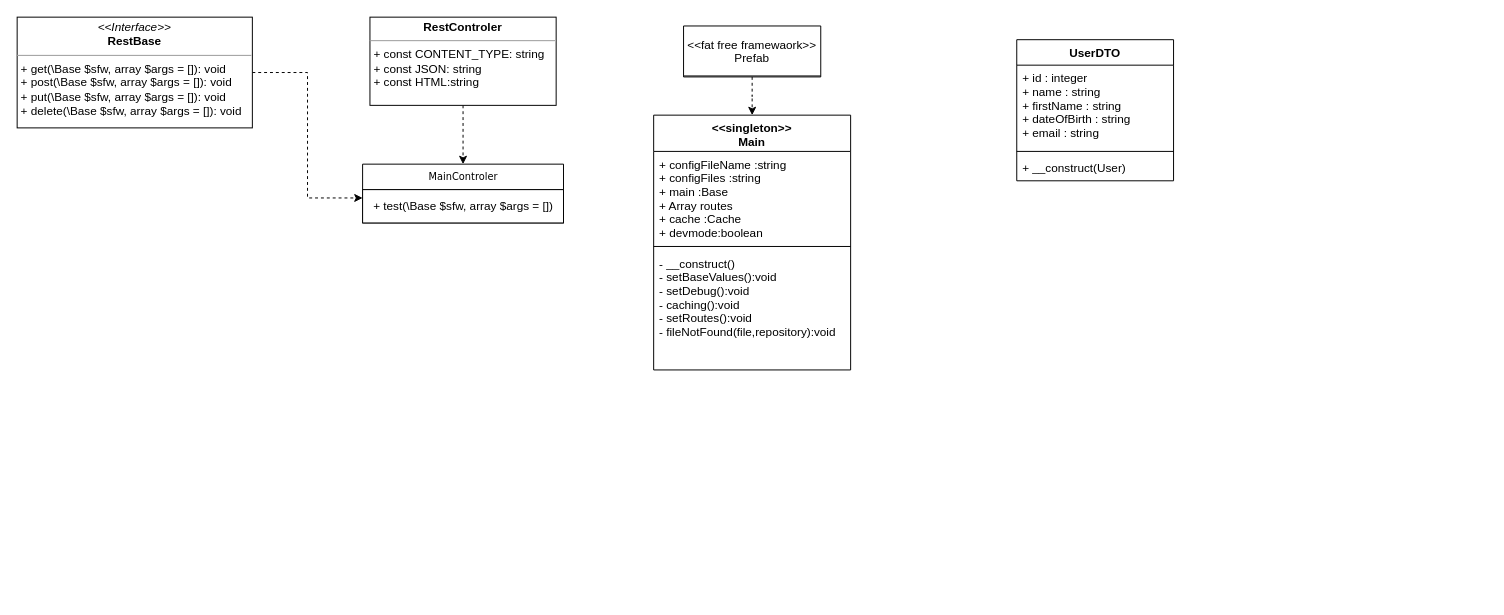
Before: Documentation/Classes.drawio in VincentProuchet/FREE_Blogging, a draw.io diagram. Source tidied: cells renumbered, new cells numbered last; positions are measured from the earlier drawing's top-left corner, leaving out a move shared by most shapes. Both pictures are drawn from the tidied source at 98%, with x=0, y=0 at pixel (17, 17).
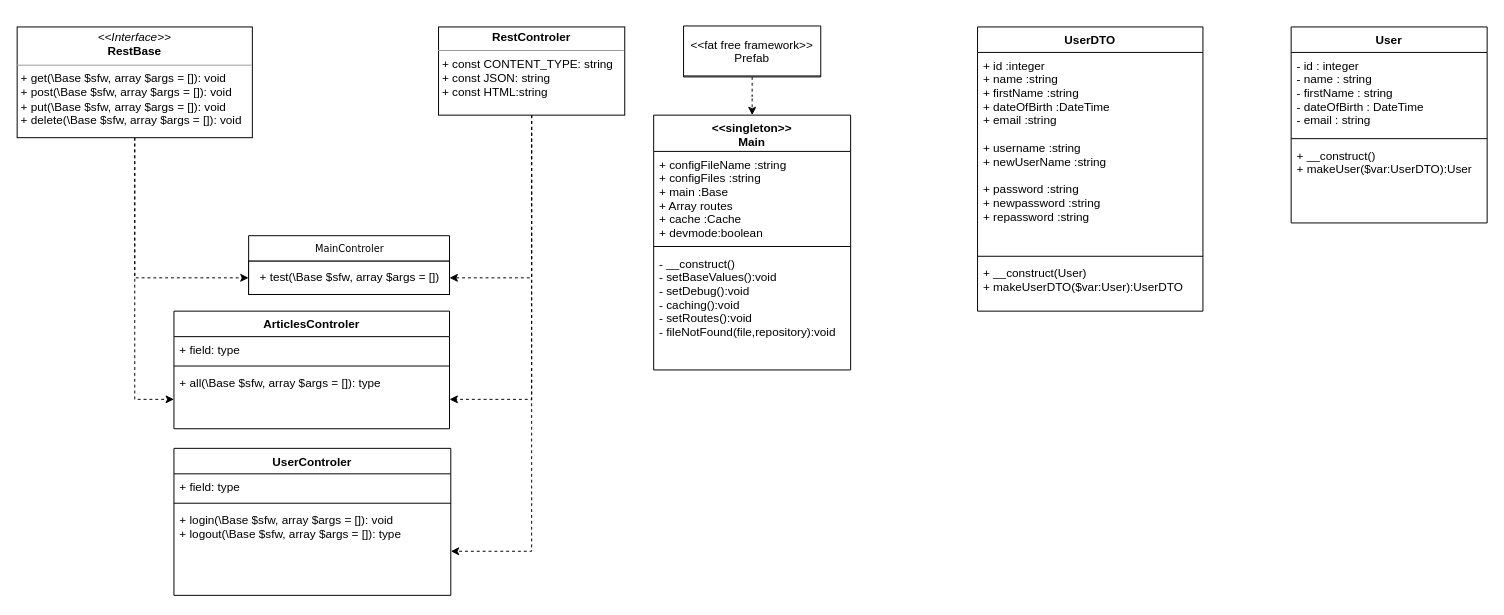
The same page after the edit.

Unchanged cells that the change refers to:
```xml
<mxCell id="3" value="+ test(\Base $sfw, array $args = [])" style="html=1;" parent="2" vertex="1">
  <mxGeometry y="26" width="205" height="34" as="geometry" />
</mxCell>
```

What changed in the source:
```diff
@@
     <mxCell id="2" value="MainControler" style="swimlane;html=1;fontStyle=0;horizontal=1;startSize=26;fillColor=none;swimlaneFillColor=#ffffff;rounded=0;shadow=0;comic=0;labelBackgroundColor=none;strokeWidth=1;fontFamily=Verdana;fontSize=10;align=center;" parent="1" vertex="1">
-      <mxGeometry x="352.5" y="150" width="205" height="60" as="geometry" />
+      <mxGeometry x="236.2" y="223" width="205" height="60" as="geometry" />
     </mxCell>
@@
-    <mxCell id="4" style="edgeStyle=orthogonalEdgeStyle;rounded=0;jettySize=auto;html=1;entryX=0;entryY=0.25;entryDx=0;entryDy=0;dashed=1;" parent="1" edge="1" source="5" target="3">
+    <mxCell id="4" style="edgeStyle=orthogonalEdgeStyle;rounded=0;jettySize=auto;html=1;entryX=0;entryY=0.5;entryDx=0;entryDy=0;dashed=1;" parent="1" edge="1" source="5" target="3">
       <mxGeometry relative="1" as="geometry" />
     </mxCell>
+    <mxCell id="18" style="edgeStyle=orthogonalEdgeStyle;rounded=0;jettySize=auto;html=1;dashed=1;" parent="1" edge="1" source="5" target="33">
+      <mxGeometry relative="1" as="geometry" />
+    </mxCell>
     <mxCell id="5" value="&lt;p style=&quot;margin:0px;margin-top:4px;text-align:center;&quot;&gt;&lt;i&gt;&amp;lt;&amp;lt;Interface&amp;gt;&amp;gt;&lt;/i&gt;&lt;br&gt;&lt;b&gt;RestBase&lt;/b&gt;&lt;/p&gt;&lt;hr size=&quot;1&quot;&gt;&lt;p style=&quot;margin:0px;margin-left:4px;&quot;&gt;&lt;/p&gt;&lt;p style=&quot;margin:0px;margin-left:4px;&quot;&gt;+ get(\Base $sfw, array $args = []): void&lt;/p&gt;&lt;p style=&quot;margin:0px;margin-left:4px;&quot;&gt;+ post(\Base $sfw, array $args = []): void&lt;/p&gt;&lt;p style=&quot;margin:0px;margin-left:4px;&quot;&gt;+ put(\Base $sfw, array $args = []): void&lt;/p&gt;&lt;p style=&quot;margin:0px;margin-left:4px;&quot;&gt;+ delete(\Base $sfw, array $args = []): void&lt;/p&gt;" style="verticalAlign=top;align=left;overflow=fill;fontSize=12;fontFamily=Helvetica;html=1;rounded=0;shadow=0;comic=0;labelBackgroundColor=none;strokeWidth=1;" parent="1" vertex="1">
-      <mxGeometry width="240" height="113" as="geometry" />
+      <mxGeometry y="10" width="240" height="113" as="geometry" />
     </mxCell>
-    <mxCell id="6" style="edgeStyle=orthogonalEdgeStyle;rounded=0;jettySize=auto;html=1;entryX=0.5;entryY=0;entryDx=0;entryDy=0;dashed=1;" parent="1" edge="1" source="7" target="2">
-      <mxGeometry relative="1" as="geometry" />
-    </mxCell>
+    <mxCell id="19" style="edgeStyle=orthogonalEdgeStyle;rounded=0;jettySize=auto;html=1;dashed=1;" parent="1" edge="1" source="7" target="29">
+      <mxGeometry relative="1" as="geometry" />
+    </mxCell>
+    <mxCell id="20" style="edgeStyle=orthogonalEdgeStyle;rounded=0;jettySize=auto;html=1;entryX=1;entryY=0.5;entryDx=0;entryDy=0;dashed=1;" parent="1" edge="1" source="7" target="3">
+      <mxGeometry relative="1" as="geometry" />
+    </mxCell>
+    <mxCell id="21" style="edgeStyle=orthogonalEdgeStyle;rounded=0;jettySize=auto;html=1;dashed=1;" parent="1" edge="1" source="7" target="33">
+      <mxGeometry relative="1" as="geometry" />
+    </mxCell>
     <mxCell id="7" value="&lt;p style=&quot;margin:0px;margin-top:4px;text-align:center;&quot;&gt;&lt;b&gt;RestControler&lt;/b&gt;&lt;/p&gt;&lt;hr size=&quot;1&quot;&gt;&lt;p style=&quot;margin:0px;margin-left:4px;&quot;&gt;+ const CONTENT_TYPE: string&lt;br&gt;+ const JSON: string&lt;/p&gt;&lt;p style=&quot;margin:0px;margin-left:4px;&quot;&gt;+ const HTML:string&lt;/p&gt;" style="verticalAlign=top;align=left;overflow=fill;fontSize=12;fontFamily=Helvetica;html=1;rounded=0;shadow=0;comic=0;labelBackgroundColor=none;strokeWidth=1;" parent="1" vertex="1">
-      <mxGeometry x="360" width="190" height="90" as="geometry" />
+      <mxGeometry x="430" y="10" width="190" height="90" as="geometry" />
     </mxCell>
@@
-    <mxCell id="13" value="&lt;&lt;fat free framewaork&gt;&gt;&#10;Prefab" style="swimlane;fontStyle=0;horizontal=1;startSize=51;fillColor=none;" parent="1" vertex="1">
+    <mxCell id="13" value="&lt;&lt;fat free framework&gt;&gt;&#10;Prefab" style="swimlane;fontStyle=0;horizontal=1;startSize=51;fillColor=none;" parent="1" vertex="1">
       <mxGeometry x="680" y="9" width="140" height="52" as="geometry" />
     </mxCell>
     <mxCell id="14" value="UserDTO" style="swimlane;fontStyle=1;align=center;verticalAlign=top;horizontal=1;startSize=26;" parent="1" vertex="1">
-      <mxGeometry x="1020" y="23" width="160" height="144" as="geometry" />
+      <mxGeometry x="980" y="10" width="230" height="290" as="geometry" />
     </mxCell>
-    <mxCell id="15" value="+ id : integer&#10;+ name : string&#10;+ firstName : string&#10;+ dateOfBirth : string&#10;+ email : string" style="text;strokeColor=none;fillColor=none;align=left;verticalAlign=top;spacingLeft=4;spacingRight=4;overflow=hidden;" parent="14" vertex="1">
-      <mxGeometry y="26" width="160" height="84" as="geometry" />
+    <mxCell id="15" value="+ id :integer&#10;+ name :string&#10;+ firstName :string&#10;+ dateOfBirth :DateTime&#10;+ email :string&#10;&#10;+ username :string&#10;+ newUserName :string&#10;&#10;+ password :string&#10;+ newpassword :string&#10;+ repassword :string" style="text;strokeColor=none;fillColor=none;align=left;verticalAlign=top;spacingLeft=4;spacingRight=4;overflow=hidden;" parent="14" vertex="1">
+      <mxGeometry y="26" width="230" height="204" as="geometry" />
     </mxCell>
     <mxCell id="16" style="line;strokeWidth=1;fillColor=none;align=left;verticalAlign=middle;spacingTop=-1;spacingLeft=3;spacingRight=3;labelPosition=right;strokeColor=inherit;" parent="14" vertex="1">
-      <mxGeometry y="110" width="160" height="8" as="geometry" />
+      <mxGeometry y="230" width="230" height="8" as="geometry" />
     </mxCell>
-    <mxCell id="17" value="+ __construct(User)" style="text;strokeColor=none;fillColor=none;align=left;verticalAlign=top;spacingLeft=4;spacingRight=4;overflow=hidden;" parent="14" vertex="1">
-      <mxGeometry y="118" width="160" height="26" as="geometry" />
+    <mxCell id="17" value="+ __construct(User)&#10;+ makeUserDTO($var:User):UserDTO" style="text;strokeColor=none;fillColor=none;align=left;verticalAlign=top;spacingLeft=4;spacingRight=4;overflow=hidden;" parent="14" vertex="1">
+      <mxGeometry y="238" width="230" height="52" as="geometry" />
     </mxCell>
+    <mxCell id="22" value="User" style="swimlane;fontStyle=1;align=center;verticalAlign=top;horizontal=1;startSize=26;" parent="1" vertex="1">
+      <mxGeometry x="1300" y="10" width="200" height="200" as="geometry" />
+    </mxCell>
+    <mxCell id="23" value="- id : integer&#10;- name : string&#10;- firstName : string&#10;- dateOfBirth : DateTime&#10;- email : string" style="text;strokeColor=none;fillColor=none;align=left;verticalAlign=top;spacingLeft=4;spacingRight=4;overflow=hidden;" parent="22" vertex="1">
+      <mxGeometry y="26" width="200" height="84" as="geometry" />
+    </mxCell>
+    <mxCell id="24" style="line;strokeWidth=1;fillColor=none;align=left;verticalAlign=middle;spacingTop=-1;spacingLeft=3;spacingRight=3;labelPosition=right;strokeColor=inherit;" parent="22" vertex="1">
+      <mxGeometry y="110" width="200" height="8" as="geometry" />
+    </mxCell>
+    <mxCell id="25" value="+ __construct()&#10;+ makeUser($var:UserDTO):User" style="text;strokeColor=none;fillColor=none;align=left;verticalAlign=top;spacingLeft=4;spacingRight=4;overflow=hidden;" parent="22" vertex="1">
+      <mxGeometry y="118" width="200" height="82" as="geometry" />
+    </mxCell>
+    <mxCell id="26" value="UserControler" style="swimlane;fontStyle=1;align=center;verticalAlign=top;horizontal=1;startSize=26;" parent="1" vertex="1">
+      <mxGeometry x="160" y="440" width="282.5" height="150" as="geometry" />
+    </mxCell>
+    <mxCell id="27" value="+ field: type" style="text;strokeColor=none;fillColor=none;align=left;verticalAlign=top;spacingLeft=4;spacingRight=4;overflow=hidden;" parent="26" vertex="1">
+      <mxGeometry y="26" width="282.5" height="26" as="geometry" />
+    </mxCell>
+    <mxCell id="28" style="line;strokeWidth=1;fillColor=none;align=left;verticalAlign=middle;spacingTop=-1;spacingLeft=3;spacingRight=3;labelPosition=right;strokeColor=inherit;" parent="26" vertex="1">
+      <mxGeometry y="52" width="282.5" height="8" as="geometry" />
+    </mxCell>
+    <mxCell id="29" value="+ login(\Base $sfw, array $args = []): void&#10;+ logout(\Base $sfw, array $args = []): type" style="text;strokeColor=none;fillColor=none;align=left;verticalAlign=top;spacingLeft=4;spacingRight=4;overflow=hidden;points=[[0,0.5],[1,0.5]];portConstraint=eastwest;" parent="26" vertex="1">
+      <mxGeometry y="60" width="282.5" height="90" as="geometry" />
+    </mxCell>
+    <mxCell id="30" value="ArticlesControler" style="swimlane;fontStyle=1;align=center;verticalAlign=top;horizontal=1;startSize=26;" parent="1" vertex="1">
+      <mxGeometry x="160" y="300" width="281.2" height="120" as="geometry" />
+    </mxCell>
+    <mxCell id="31" value="+ field: type" style="text;strokeColor=none;fillColor=none;align=left;verticalAlign=top;spacingLeft=4;spacingRight=4;overflow=hidden;" parent="30" vertex="1">
+      <mxGeometry y="26" width="281.2" height="26" as="geometry" />
+    </mxCell>
+    <mxCell id="32" style="line;strokeWidth=1;fillColor=none;align=left;verticalAlign=middle;spacingTop=-1;spacingLeft=3;spacingRight=3;labelPosition=right;strokeColor=inherit;" parent="30" vertex="1">
+      <mxGeometry y="52" width="281.2" height="8" as="geometry" />
+    </mxCell>
+    <mxCell id="33" value="+ all(\Base $sfw, array $args = []): type" style="text;strokeColor=none;fillColor=none;align=left;verticalAlign=top;spacingLeft=4;spacingRight=4;overflow=hidden;points=[[0,0.5],[1,0.5]];portConstraint=eastwest;" parent="30" vertex="1">
+      <mxGeometry y="60" width="281.2" height="60" as="geometry" />
+    </mxCell>
```
